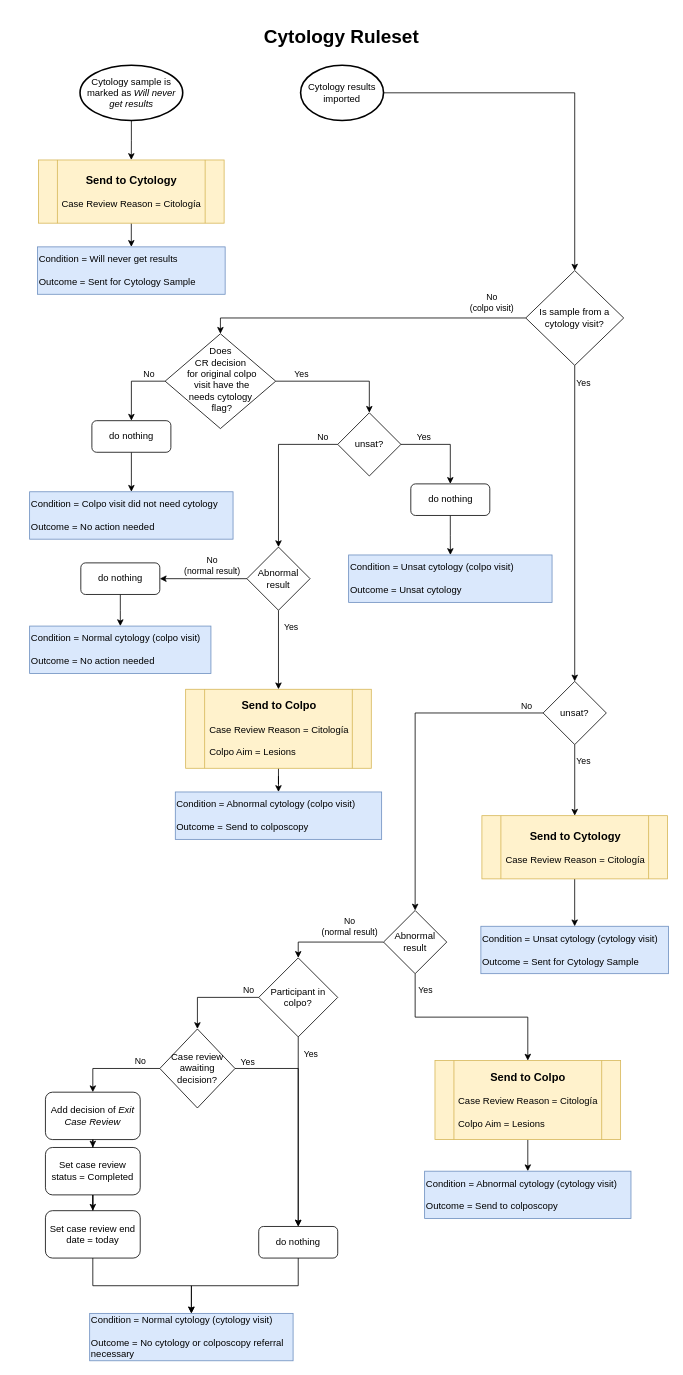
stealthv/aurora-algorithms keeps this draw.io diagram as Cytology algorithm.drawio. Above is the earlier version. Source tidied: cells renumbered, new cells numbered last; positions are measured from the earlier drawing's top-left corner, leaving out a move shared by most shapes. Both pictures are drawn from the tidied source at 79%, with x=0, y=0 at pixel (13, 25).
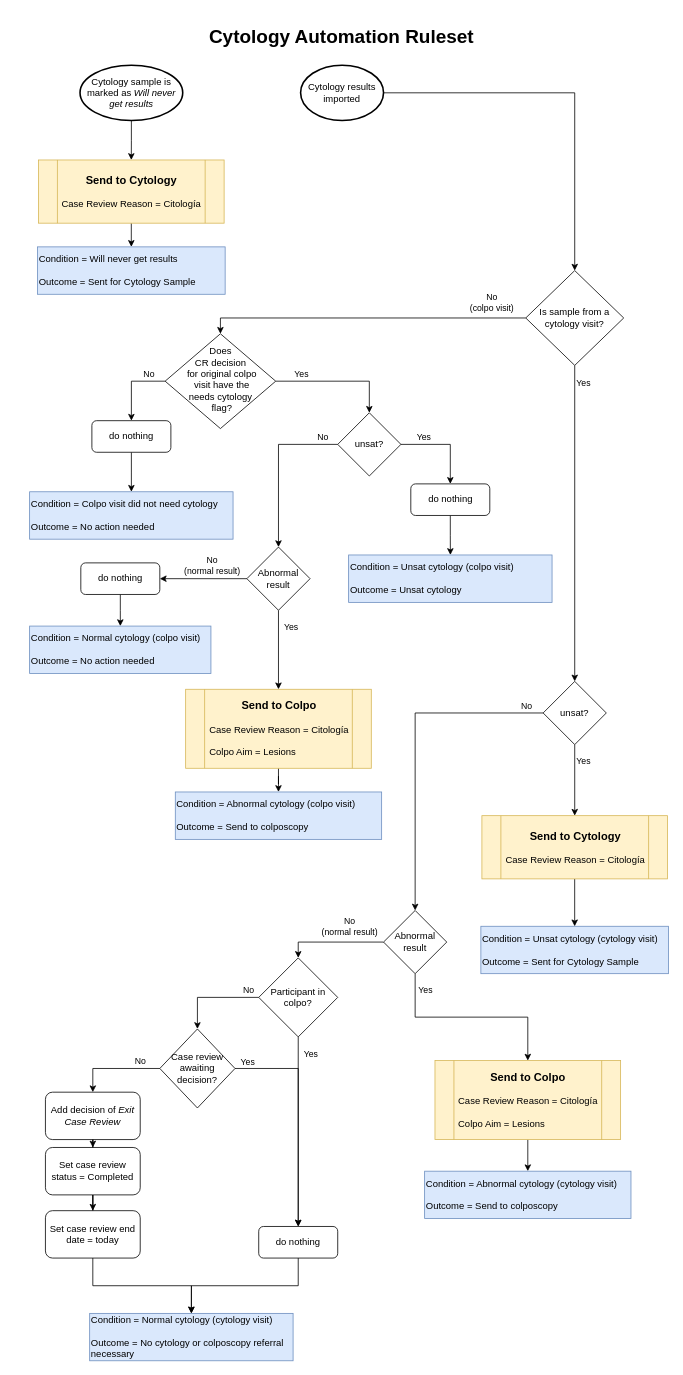
After the change.

The edit, as a diff of the source:
```diff
@@
-    <mxCell id="2" value="&lt;h1&gt;Cytology Ruleset&lt;/h1&gt;" style="text;html=1;whiteSpace=wrap;strokeColor=none;fillColor=none;align=center;verticalAlign=middle;rounded=0;" parent="1" vertex="1">
+    <mxCell id="2" value="&lt;h1&gt;Cytology Automation Ruleset&lt;/h1&gt;" style="text;html=1;whiteSpace=wrap;strokeColor=none;fillColor=none;align=center;verticalAlign=middle;rounded=0;" parent="1" vertex="1">
       <mxGeometry width="830" height="30" as="geometry" />
     </mxCell>
```
